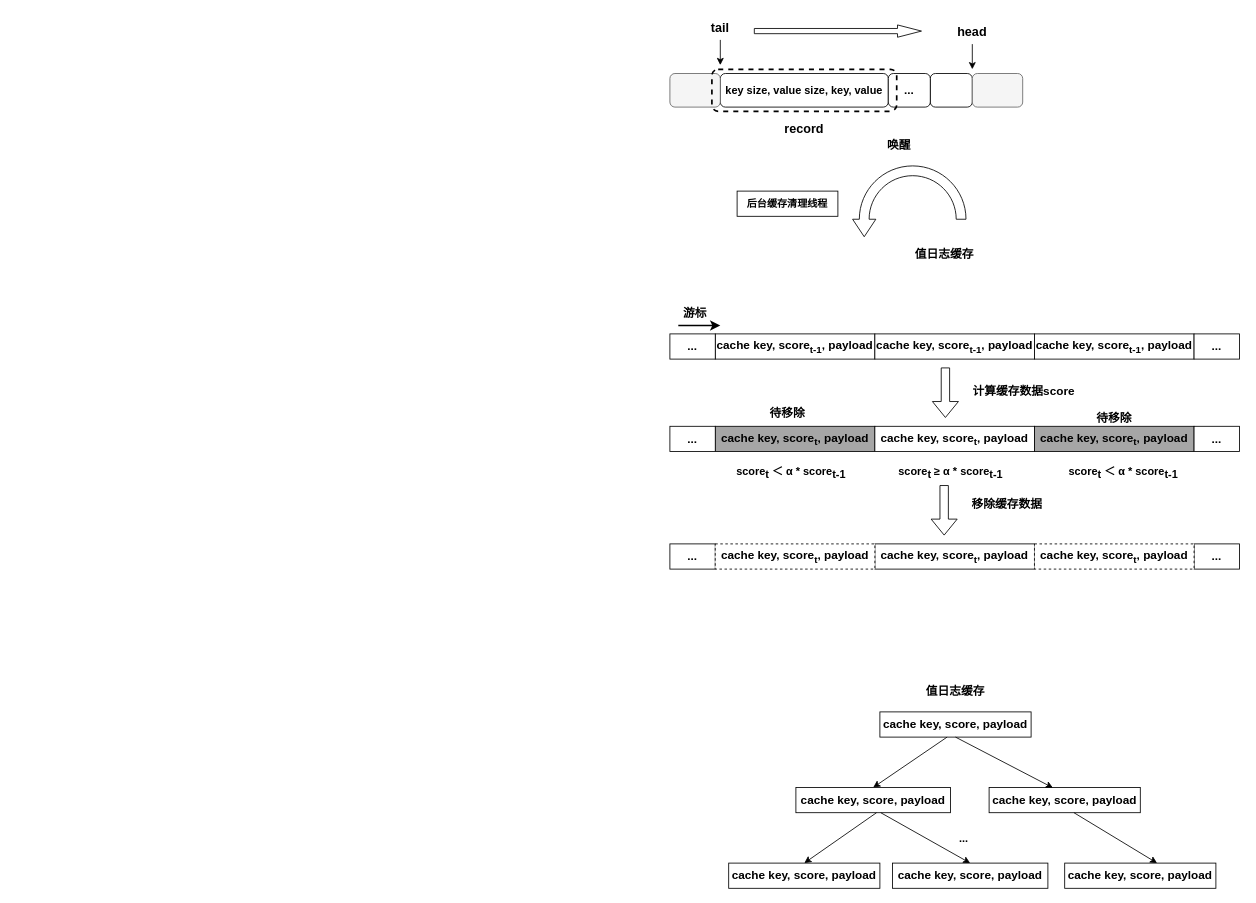
yeqiyi/drawIO keeps this draw.io diagram as page "第 2 页" (2 of 3) of RabbitKV.drawio. Above is the earlier version. Source tidied: cells renumbered, new cells numbered last; positions are measured from the earlier drawing's top-left corner, leaving out a move shared by most shapes. Both pictures are drawn from the tidied source at 84%, with x=0, y=0 at pixel (669, 14).
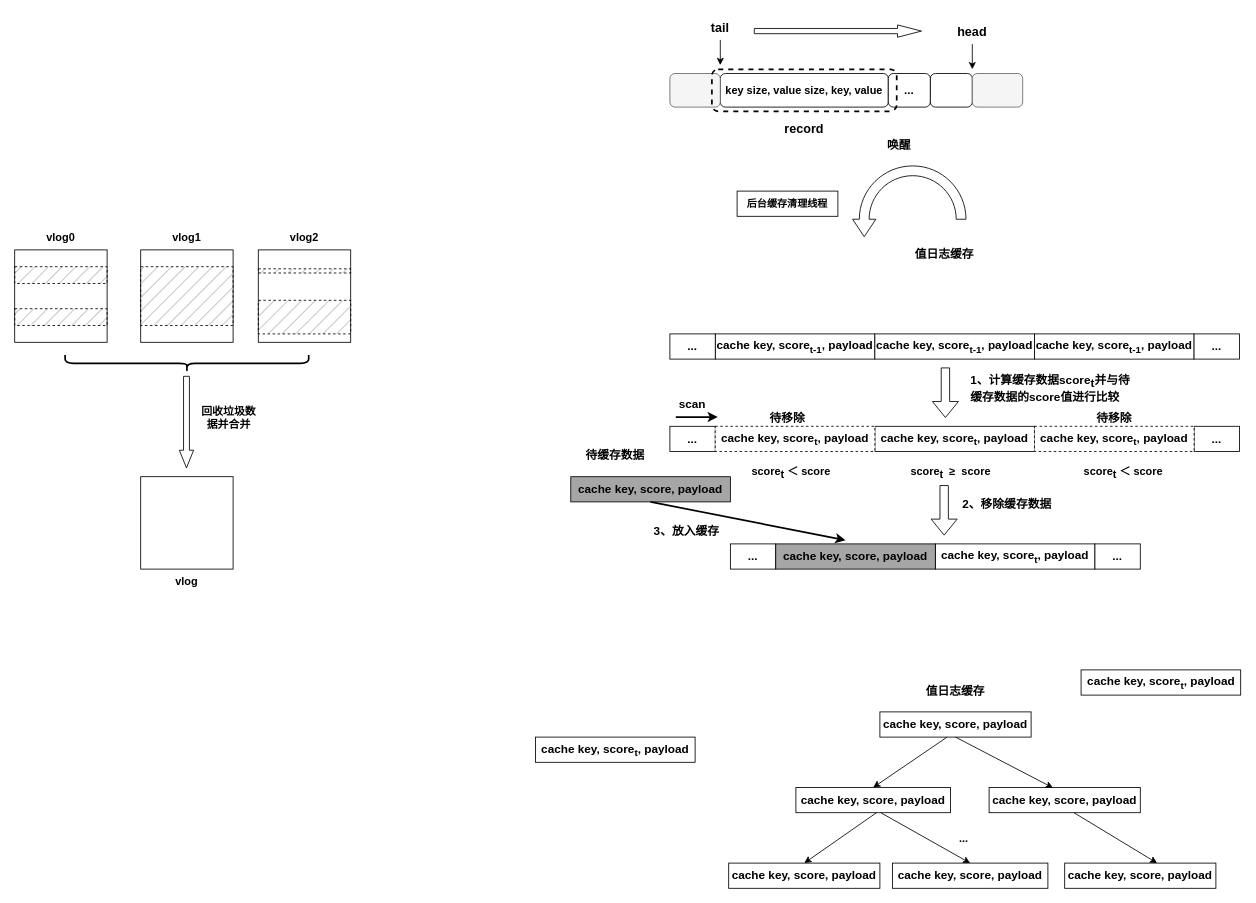
The same diagram, later.

The edit, as a diff of the source:
```diff
@@
-    <mxCell id="34" value="&lt;b&gt;&lt;font style=&quot;font-size: 14px;&quot;&gt;cache key, score&lt;sub&gt;t&lt;/sub&gt;, payload&lt;/font&gt;&lt;/b&gt;" style="rounded=0;whiteSpace=wrap;html=1;fillColor=#A6A6A6;" parent="1" vertex="1">
-      <mxGeometry x="54" y="490" width="190" height="30" as="geometry" />
+    <mxCell id="34" value="&lt;b&gt;&lt;font style=&quot;font-size: 14px;&quot;&gt;cache key, score&lt;sub&gt;t&lt;/sub&gt;, payload&lt;/font&gt;&lt;/b&gt;" style="rounded=0;whiteSpace=wrap;html=1;" parent="1" vertex="1">
+      <mxGeometry x="-160" y="860" width="190" height="30" as="geometry" />
     </mxCell>
@@
-    <mxCell id="37" value="&lt;b&gt;&lt;font style=&quot;font-size: 14px;&quot;&gt;cache key, score&lt;sub&gt;t&lt;/sub&gt;, payload&lt;/font&gt;&lt;/b&gt;" style="rounded=0;whiteSpace=wrap;html=1;fillColor=#A6A6A6;" parent="1" vertex="1">
-      <mxGeometry x="434" y="490" width="190" height="30" as="geometry" />
+    <mxCell id="37" value="&lt;b&gt;&lt;font style=&quot;font-size: 14px;&quot;&gt;cache key, score&lt;sub&gt;t&lt;/sub&gt;, payload&lt;/font&gt;&lt;/b&gt;" style="rounded=0;whiteSpace=wrap;html=1;" parent="1" vertex="1">
+      <mxGeometry x="489.5" y="780" width="190" height="30" as="geometry" />
     </mxCell>
-    <mxCell id="38" value="&lt;b&gt;&lt;font style=&quot;font-size: 14px;&quot;&gt;计算缓存数据score&lt;/font&gt;&lt;/b&gt;" style="text;html=1;strokeColor=none;fillColor=none;align=center;verticalAlign=middle;whiteSpace=wrap;rounded=0;" parent="1" vertex="1">
-      <mxGeometry x="352.5" y="435" width="137" height="25" as="geometry" />
+    <mxCell id="38" value="&lt;span style=&quot;font-size: 14px;&quot;&gt;&lt;font style=&quot;font-size: 14px;&quot;&gt;1、计算缓存数据score&lt;sub style=&quot;font-size: 14px;&quot;&gt;t&lt;/sub&gt;并与待缓存数据的score值进行比较&lt;/font&gt;&lt;/span&gt;" style="text;html=1;strokeColor=none;fillColor=none;align=left;verticalAlign=middle;whiteSpace=wrap;rounded=0;fontSize=14;fontStyle=1;" parent="1" vertex="1">
+      <mxGeometry x="356" y="430" width="204" height="30" as="geometry" />
     </mxCell>
-    <mxCell id="39" value="&lt;b style=&quot;border-color: var(--border-color); font-size: 13px;&quot;&gt;&lt;font style=&quot;border-color: var(--border-color); font-size: 13px;&quot;&gt;&lt;span style=&quot;font-size: 13px;&quot;&gt;score&lt;/span&gt;&lt;span style=&quot;border-color: var(--border-color); font-size: 13px;&quot;&gt;&lt;sub style=&quot;font-size: 13px;&quot;&gt;t&amp;nbsp;&lt;/sub&gt;≥ α *&amp;nbsp;&lt;b style=&quot;border-color: var(--border-color); font-size: 13px;&quot;&gt;&lt;font style=&quot;border-color: var(--border-color); font-size: 13px;&quot;&gt;&lt;span style=&quot;border-color: var(--border-color); font-size: 13px;&quot;&gt;score&lt;/span&gt;&lt;span style=&quot;border-color: var(--border-color); font-size: 13px;&quot;&gt;&lt;span style=&quot;border-color: var(--border-color); font-size: 13px;&quot;&gt;&lt;sub style=&quot;border-color: var(--border-color); font-size: 13px;&quot;&gt;t-1&lt;/sub&gt;&lt;/span&gt;&lt;/span&gt;&lt;/font&gt;&lt;/b&gt;&lt;/span&gt;&lt;br style=&quot;font-size: 13px;&quot;&gt;&lt;/font&gt;&lt;/b&gt;" style="text;html=1;strokeColor=none;fillColor=none;align=center;verticalAlign=middle;whiteSpace=wrap;rounded=0;fontSize=13;" parent="1" vertex="1">
+    <mxCell id="39" value="&lt;b style=&quot;border-color: var(--border-color); font-size: 13px;&quot;&gt;&lt;font style=&quot;border-color: var(--border-color); font-size: 13px;&quot;&gt;&lt;span style=&quot;font-size: 13px;&quot;&gt;score&lt;/span&gt;&lt;span style=&quot;border-color: var(--border-color); font-size: 13px;&quot;&gt;&lt;sub style=&quot;font-size: 13px;&quot;&gt;t&amp;nbsp;&amp;nbsp;&lt;/sub&gt;≥&amp;nbsp;&amp;nbsp;&lt;b style=&quot;border-color: var(--border-color); font-size: 13px;&quot;&gt;&lt;font style=&quot;border-color: var(--border-color); font-size: 13px;&quot;&gt;&lt;span style=&quot;border-color: var(--border-color); font-size: 13px;&quot;&gt;score&lt;/span&gt;&lt;/font&gt;&lt;/b&gt;&lt;/span&gt;&lt;br style=&quot;font-size: 13px;&quot;&gt;&lt;/font&gt;&lt;/b&gt;" style="text;html=1;strokeColor=none;fillColor=none;align=center;verticalAlign=middle;whiteSpace=wrap;rounded=0;fontSize=13;" parent="1" vertex="1">
       <mxGeometry x="260" y="520" width="149" height="50" as="geometry" />
     </mxCell>
-    <mxCell id="40" value="&lt;span style=&quot;border-color: var(--border-color); font-size: 13px;&quot;&gt;&lt;font style=&quot;border-color: var(--border-color); font-size: 13px;&quot;&gt;&lt;b style=&quot;font-size: 13px;&quot;&gt;&lt;span style=&quot;font-size: 13px;&quot;&gt;score&lt;/span&gt;&lt;span style=&quot;border-color: var(--border-color); font-size: 13px;&quot;&gt;&lt;sub style=&quot;font-size: 13px;&quot;&gt;t &lt;/sub&gt;＜&amp;nbsp;α *&amp;nbsp;&lt;span style=&quot;border-color: var(--border-color); font-size: 13px;&quot;&gt;&lt;font style=&quot;border-color: var(--border-color); font-size: 13px;&quot;&gt;&lt;span style=&quot;border-color: var(--border-color); font-size: 13px;&quot;&gt;score&lt;/span&gt;&lt;span style=&quot;border-color: var(--border-color); font-size: 13px;&quot;&gt;&lt;span style=&quot;border-color: var(--border-color); font-size: 13px;&quot;&gt;&lt;sub style=&quot;border-color: var(--border-color); font-size: 13px;&quot;&gt;t-1&lt;/sub&gt;&lt;/span&gt;&lt;/span&gt;&lt;/font&gt;&lt;/span&gt;&lt;/span&gt;&lt;/b&gt;&lt;br style=&quot;font-size: 13px;&quot;&gt;&lt;/font&gt;&lt;/span&gt;" style="text;html=1;strokeColor=none;fillColor=none;align=center;verticalAlign=middle;whiteSpace=wrap;rounded=0;fontSize=13;" parent="1" vertex="1">
+    <mxCell id="40" value="&lt;span style=&quot;border-color: var(--border-color); font-size: 13px;&quot;&gt;&lt;font style=&quot;border-color: var(--border-color); font-size: 13px;&quot;&gt;&lt;b style=&quot;font-size: 13px;&quot;&gt;&lt;span style=&quot;font-size: 13px;&quot;&gt;score&lt;/span&gt;&lt;span style=&quot;border-color: var(--border-color); font-size: 13px;&quot;&gt;&lt;sub style=&quot;font-size: 13px;&quot;&gt;t &lt;/sub&gt;＜&amp;nbsp;&lt;span style=&quot;border-color: var(--border-color); font-size: 13px;&quot;&gt;&lt;font style=&quot;border-color: var(--border-color); font-size: 13px;&quot;&gt;&lt;span style=&quot;border-color: var(--border-color); font-size: 13px;&quot;&gt;score&lt;/span&gt;&lt;/font&gt;&lt;/span&gt;&lt;/span&gt;&lt;/b&gt;&lt;br style=&quot;font-size: 13px;&quot;&gt;&lt;/font&gt;&lt;/span&gt;" style="text;html=1;strokeColor=none;fillColor=none;align=center;verticalAlign=middle;whiteSpace=wrap;rounded=0;fontSize=13;" parent="1" vertex="1">
       <mxGeometry x="70" y="520" width="149" height="50" as="geometry" />
     </mxCell>
-    <mxCell id="41" value="&lt;b style=&quot;border-color: var(--border-color); font-size: 13px;&quot;&gt;&lt;font style=&quot;border-color: var(--border-color); font-size: 13px;&quot;&gt;&lt;span style=&quot;font-size: 13px;&quot;&gt;score&lt;/span&gt;&lt;span style=&quot;border-color: var(--border-color); font-size: 13px;&quot;&gt;&lt;sub style=&quot;font-size: 13px;&quot;&gt;t &lt;/sub&gt;＜&amp;nbsp;α *&amp;nbsp;&lt;b style=&quot;border-color: var(--border-color); font-size: 13px;&quot;&gt;&lt;font style=&quot;border-color: var(--border-color); font-size: 13px;&quot;&gt;&lt;span style=&quot;border-color: var(--border-color); font-size: 13px;&quot;&gt;score&lt;/span&gt;&lt;span style=&quot;border-color: var(--border-color); font-size: 13px;&quot;&gt;&lt;span style=&quot;border-color: var(--border-color); font-size: 13px;&quot;&gt;&lt;sub style=&quot;border-color: var(--border-color); font-size: 13px;&quot;&gt;t-1&lt;/sub&gt;&lt;/span&gt;&lt;/span&gt;&lt;/font&gt;&lt;/b&gt;&lt;/span&gt;&lt;br style=&quot;font-size: 13px;&quot;&gt;&lt;/font&gt;&lt;/b&gt;" style="text;html=1;strokeColor=none;fillColor=none;align=center;verticalAlign=middle;whiteSpace=wrap;rounded=0;fontSize=13;" parent="1" vertex="1">
+    <mxCell id="41" value="&lt;b style=&quot;border-color: var(--border-color); font-size: 13px;&quot;&gt;&lt;font style=&quot;border-color: var(--border-color); font-size: 13px;&quot;&gt;&lt;span style=&quot;font-size: 13px;&quot;&gt;score&lt;/span&gt;&lt;span style=&quot;border-color: var(--border-color); font-size: 13px;&quot;&gt;&lt;sub style=&quot;font-size: 13px;&quot;&gt;t &lt;/sub&gt;＜&amp;nbsp;&lt;b style=&quot;border-color: var(--border-color); font-size: 13px;&quot;&gt;&lt;font style=&quot;border-color: var(--border-color); font-size: 13px;&quot;&gt;&lt;span style=&quot;border-color: var(--border-color); font-size: 13px;&quot;&gt;score&lt;/span&gt;&lt;/font&gt;&lt;/b&gt;&lt;/span&gt;&lt;br style=&quot;font-size: 13px;&quot;&gt;&lt;/font&gt;&lt;/b&gt;" style="text;html=1;strokeColor=none;fillColor=none;align=center;verticalAlign=middle;whiteSpace=wrap;rounded=0;fontSize=13;" parent="1" vertex="1">
       <mxGeometry x="460" y="520" width="160" height="50" as="geometry" />
     </mxCell>
@@
     <mxCell id="46" value="&lt;b&gt;&lt;font style=&quot;font-size: 14px;&quot;&gt;待移除&lt;/font&gt;&lt;/b&gt;" style="text;html=1;strokeColor=none;fillColor=none;align=center;verticalAlign=middle;whiteSpace=wrap;rounded=0;" parent="1" vertex="1">
-      <mxGeometry x="110" y="460" width="60" height="30" as="geometry" />
+      <mxGeometry x="110" y="465" width="60" height="30" as="geometry" />
     </mxCell>
@@
-    <mxCell id="49" value="&lt;b&gt;&lt;font style=&quot;font-size: 14px;&quot;&gt;移除缓存数据&lt;/font&gt;&lt;/b&gt;" style="text;html=1;strokeColor=none;fillColor=none;align=center;verticalAlign=middle;whiteSpace=wrap;rounded=0;" parent="1" vertex="1">
+    <mxCell id="49" value="&lt;b&gt;&lt;font style=&quot;font-size: 14px;&quot;&gt;2、移除缓存数据&lt;/font&gt;&lt;/b&gt;" style="text;html=1;strokeColor=none;fillColor=none;align=center;verticalAlign=middle;whiteSpace=wrap;rounded=0;" parent="1" vertex="1">
       <mxGeometry x="333" y="570" width="137" height="25" as="geometry" />
     </mxCell>
     <mxCell id="50" value="&lt;b&gt;&lt;font style=&quot;font-size: 14px;&quot;&gt;cache key, score&lt;sub&gt;t&lt;/sub&gt;, payload&lt;/font&gt;&lt;/b&gt;" style="rounded=0;whiteSpace=wrap;html=1;" parent="1" vertex="1">
-      <mxGeometry x="244" y="630" width="190" height="30" as="geometry" />
+      <mxGeometry x="316" y="630" width="190" height="30" as="geometry" />
     </mxCell>
     <mxCell id="51" value="&lt;b&gt;&lt;font style=&quot;font-size: 14px;&quot;&gt;...&lt;/font&gt;&lt;/b&gt;" style="rounded=0;whiteSpace=wrap;html=1;" parent="1" vertex="1">
-      <mxGeometry y="630" width="54" height="30" as="geometry" />
+      <mxGeometry x="72" y="630" width="54" height="30" as="geometry" />
     </mxCell>
     <mxCell id="52" value="&lt;b&gt;&lt;font style=&quot;font-size: 14px;&quot;&gt;...&lt;/font&gt;&lt;/b&gt;" style="rounded=0;whiteSpace=wrap;html=1;" parent="1" vertex="1">
-      <mxGeometry x="624" y="630" width="54" height="30" as="geometry" />
+      <mxGeometry x="506" y="630" width="54" height="30" as="geometry" />
     </mxCell>
     <mxCell id="53" value="&lt;b&gt;&lt;font style=&quot;font-size: 14px;&quot;&gt;cache key, score&lt;sub&gt;t&lt;/sub&gt;, payload&lt;/font&gt;&lt;/b&gt;" style="rounded=0;whiteSpace=wrap;html=1;dashed=1;" parent="1" vertex="1">
-      <mxGeometry x="434" y="630" width="190" height="30" as="geometry" />
+      <mxGeometry x="434" y="490" width="190" height="30" as="geometry" />
     </mxCell>
     <mxCell id="54" value="&lt;b&gt;&lt;font style=&quot;font-size: 14px;&quot;&gt;cache key, score&lt;sub&gt;t&lt;/sub&gt;, payload&lt;/font&gt;&lt;/b&gt;" style="rounded=0;whiteSpace=wrap;html=1;dashed=1;" parent="1" vertex="1">
-      <mxGeometry x="54" y="630" width="190" height="30" as="geometry" />
+      <mxGeometry x="54" y="490" width="190" height="30" as="geometry" />
     </mxCell>
     <mxCell id="55" style="endArrow=classic;html=1;rounded=0;strokeWidth=2;" parent="1" edge="1">
       <mxGeometry relative="1" as="geometry">
-        <mxPoint x="10" y="370" as="sourcePoint" />
-        <mxPoint x="60" y="370" as="targetPoint" />
+        <mxPoint x="7" y="479" as="sourcePoint" />
+        <mxPoint x="57" y="479" as="targetPoint" />
       </mxGeometry>
     </mxCell>
-    <mxCell id="56" value="&lt;span style=&quot;font-size: 14px;&quot;&gt;&lt;b&gt;游标&lt;/b&gt;&lt;/span&gt;" style="text;html=1;strokeColor=none;fillColor=none;align=center;verticalAlign=middle;whiteSpace=wrap;rounded=0;" parent="1" vertex="1">
-      <mxGeometry y="340" width="60" height="30" as="geometry" />
+    <mxCell id="56" value="&lt;span style=&quot;font-size: 14px;&quot;&gt;&lt;b&gt;scan&lt;/b&gt;&lt;/span&gt;" style="text;html=1;strokeColor=none;fillColor=none;align=center;verticalAlign=middle;whiteSpace=wrap;rounded=0;" parent="1" vertex="1">
+      <mxGeometry x="-3" y="449" width="60" height="30" as="geometry" />
     </mxCell>
+    <mxCell id="57" value="&lt;b&gt;&lt;font style=&quot;font-size: 14px;&quot;&gt;cache key, score, payload&lt;/font&gt;&lt;/b&gt;" style="rounded=0;whiteSpace=wrap;html=1;fillColor=#A6A6A6;" parent="1" vertex="1">
+      <mxGeometry x="-118" y="550" width="190" height="30" as="geometry" />
+    </mxCell>
+    <mxCell id="58" value="&lt;span style=&quot;font-size: 14px;&quot;&gt;&lt;b&gt;待缓存数据&lt;/b&gt;&lt;/span&gt;" style="text;html=1;strokeColor=none;fillColor=none;align=center;verticalAlign=middle;whiteSpace=wrap;rounded=0;" parent="1" vertex="1">
+      <mxGeometry x="-105" y="510" width="80" height="30" as="geometry" />
+    </mxCell>
+    <mxCell id="59" value="&lt;b&gt;&lt;font style=&quot;font-size: 14px;&quot;&gt;cache key, score, payload&lt;/font&gt;&lt;/b&gt;" style="rounded=0;whiteSpace=wrap;html=1;fillColor=#A6A6A6;" parent="1" vertex="1">
+      <mxGeometry x="126" y="630" width="190" height="30" as="geometry" />
+    </mxCell>
+    <mxCell id="60" style="endArrow=classic;html=1;rounded=0;entryX=0.437;entryY=-0.146;entryDx=0;entryDy=0;entryPerimeter=0;strokeWidth=2;" parent="1" edge="1" target="59">
+      <mxGeometry relative="1" as="geometry">
+        <mxPoint x="-23" y="580" as="sourcePoint" />
+      </mxGeometry>
+    </mxCell>
+    <mxCell id="61" value="&lt;span style=&quot;font-size: 14px;&quot;&gt;&lt;b&gt;3、放入缓存&lt;/b&gt;&lt;/span&gt;" style="text;html=1;strokeColor=none;fillColor=none;align=center;verticalAlign=middle;whiteSpace=wrap;rounded=0;" parent="1" vertex="1">
+      <mxGeometry x="-20" y="600" width="80" height="30" as="geometry" />
+    </mxCell>
+    <mxCell id="62" style="rounded=0;whiteSpace=wrap;html=1;" parent="1" vertex="1">
+      <mxGeometry x="-780" y="280" width="110" height="110" as="geometry" />
+    </mxCell>
+    <mxCell id="63" value="&lt;span style=&quot;font-size: 13px;&quot;&gt;&lt;b&gt;vlog0&lt;/b&gt;&lt;/span&gt;" style="text;html=1;strokeColor=none;fillColor=none;align=center;verticalAlign=middle;whiteSpace=wrap;rounded=0;" parent="1" vertex="1">
+      <mxGeometry x="-755" y="250" width="60" height="30" as="geometry" />
+    </mxCell>
+    <mxCell id="64" style="rounded=0;whiteSpace=wrap;html=1;" parent="1" vertex="1">
+      <mxGeometry x="-630" y="280" width="110" height="110" as="geometry" />
+    </mxCell>
+    <mxCell id="65" value="&lt;span style=&quot;font-size: 13px;&quot;&gt;&lt;b&gt;vlog1&lt;/b&gt;&lt;/span&gt;" style="text;html=1;strokeColor=none;fillColor=none;align=center;verticalAlign=middle;whiteSpace=wrap;rounded=0;" parent="1" vertex="1">
+      <mxGeometry x="-605" y="250" width="60" height="30" as="geometry" />
+    </mxCell>
+    <mxCell id="66" style="rounded=0;whiteSpace=wrap;html=1;" parent="1" vertex="1">
+      <mxGeometry x="-490" y="280" width="110" height="110" as="geometry" />
+    </mxCell>
+    <mxCell id="67" value="&lt;span style=&quot;font-size: 13px;&quot;&gt;&lt;b&gt;vlog2&lt;/b&gt;&lt;/span&gt;" style="text;html=1;strokeColor=none;fillColor=none;align=center;verticalAlign=middle;whiteSpace=wrap;rounded=0;" parent="1" vertex="1">
+      <mxGeometry x="-465" y="250" width="60" height="30" as="geometry" />
+    </mxCell>
+    <mxCell id="68" style="rounded=0;whiteSpace=wrap;html=1;dashed=1;gradientColor=none;fillStyle=hatch;fillColor=#A6A6A6;" parent="1" vertex="1">
+      <mxGeometry x="-780" y="300" width="110" height="20" as="geometry" />
+    </mxCell>
+    <mxCell id="69" style="rounded=0;whiteSpace=wrap;html=1;dashed=1;gradientColor=none;fillStyle=hatch;fillColor=#A6A6A6;" parent="1" vertex="1">
+      <mxGeometry x="-780" y="350" width="110" height="20" as="geometry" />
+    </mxCell>
+    <mxCell id="70" style="rounded=0;whiteSpace=wrap;html=1;dashed=1;gradientColor=none;fillStyle=hatch;fillColor=#A6A6A6;" parent="1" vertex="1">
+      <mxGeometry x="-630" y="300" width="110" height="70" as="geometry" />
+    </mxCell>
+    <mxCell id="71" style="rounded=0;whiteSpace=wrap;html=1;dashed=1;gradientColor=none;fillStyle=hatch;fillColor=#A6A6A6;" parent="1" vertex="1">
+      <mxGeometry x="-490" y="340" width="110" height="40" as="geometry" />
+    </mxCell>
+    <mxCell id="72" style="rounded=0;whiteSpace=wrap;html=1;dashed=1;gradientColor=none;fillStyle=hatch;fillColor=#A6A6A6;" parent="1" vertex="1">
+      <mxGeometry x="-490" y="302.5" width="110" height="5" as="geometry" />
+    </mxCell>
+    <mxCell id="73" style="shape=curlyBracket;whiteSpace=wrap;html=1;rounded=1;flipH=1;labelPosition=right;verticalLabelPosition=middle;align=left;verticalAlign=middle;rotation=90;strokeWidth=2;" parent="1" vertex="1">
+      <mxGeometry x="-585" y="270" width="20" height="290" as="geometry" />
+    </mxCell>
+    <mxCell id="74" style="shape=flexArrow;endArrow=classic;html=1;rounded=0;endWidth=9;endSize=6.67;width=7;" parent="1" edge="1">
+      <mxGeometry relative="1" as="geometry">
+        <mxPoint x="-575.5" y="430" as="sourcePoint" />
+        <mxPoint x="-575.5" y="540" as="targetPoint" />
+      </mxGeometry>
+    </mxCell>
+    <mxCell id="75" style="rounded=0;whiteSpace=wrap;html=1;" parent="1" vertex="1">
+      <mxGeometry x="-630" y="550" width="110" height="110" as="geometry" />
+    </mxCell>
+    <mxCell id="76" value="&lt;span style=&quot;font-size: 13px;&quot;&gt;&lt;b&gt;vlog&lt;/b&gt;&lt;/span&gt;" style="text;html=1;strokeColor=none;fillColor=none;align=center;verticalAlign=middle;whiteSpace=wrap;rounded=0;" parent="1" vertex="1">
+      <mxGeometry x="-605" y="660" width="60" height="30" as="geometry" />
+    </mxCell>
+    <mxCell id="77" value="&lt;span style=&quot;font-size: 13px;&quot;&gt;&lt;b&gt;回收垃圾数据并合并&lt;/b&gt;&lt;/span&gt;" style="text;html=1;strokeColor=none;fillColor=none;align=center;verticalAlign=middle;whiteSpace=wrap;rounded=0;" parent="1" vertex="1">
+      <mxGeometry x="-560" y="460" width="70" height="40" as="geometry" />
+    </mxCell>
```
